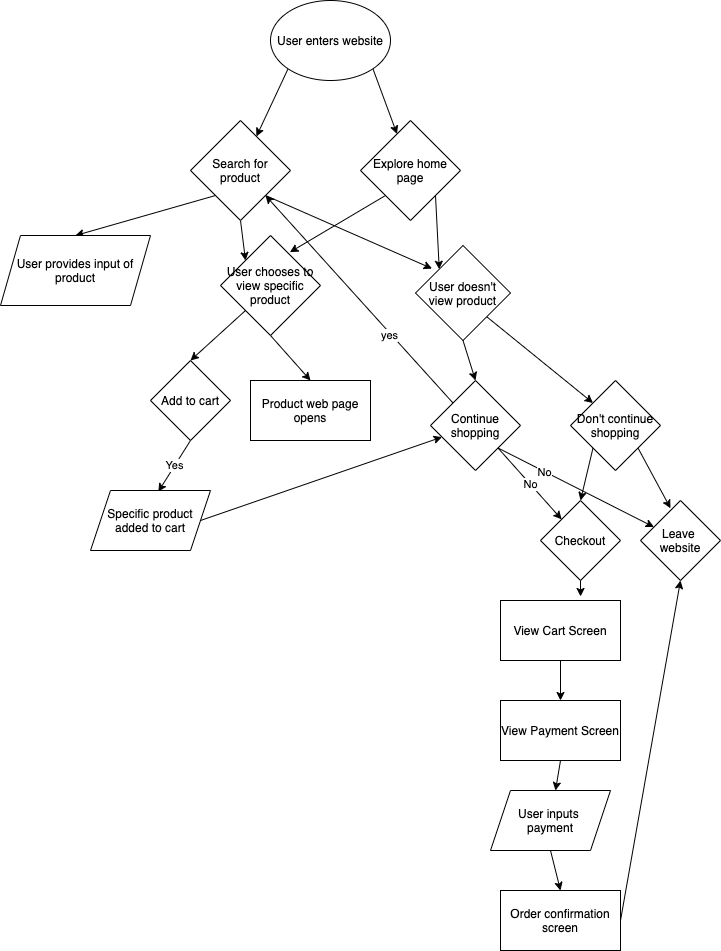
ryan-truong/fa22-cse110-lab4 keeps this draw.io diagram as explore/diagramming/diagram.drawio.png. Above is the earlier version. Source tidied: cells renumbered, new cells last; positions are measured from the earlier drawing's top-left corner, leaving out a move shared by most shapes. The source it was exported from:
```xml
<mxGraphModel>
  <root>
    <mxCell id="0" />
    <mxCell id="1" parent="0" />
    <mxCell id="2" style="edgeStyle=none;html=1;exitX=0;exitY=1;exitDx=0;exitDy=0;" parent="1" edge="1" source="4" target="8">
      <mxGeometry relative="1" as="geometry" />
    </mxCell>
    <mxCell id="3" style="edgeStyle=none;html=1;exitX=1;exitY=1;exitDx=0;exitDy=0;" parent="1" edge="1" source="4" target="11">
      <mxGeometry relative="1" as="geometry" />
    </mxCell>
    <mxCell id="4" value="User enters website" style="ellipse;whiteSpace=wrap;html=1;" parent="1" vertex="1">
      <mxGeometry x="270" width="120" height="80" as="geometry" />
    </mxCell>
    <mxCell id="5" style="edgeStyle=none;html=1;exitX=0.5;exitY=1;exitDx=0;exitDy=0;entryX=0;entryY=0;entryDx=0;entryDy=0;" parent="1" edge="1" source="8" target="20">
      <mxGeometry relative="1" as="geometry" />
    </mxCell>
    <mxCell id="6" style="edgeStyle=none;html=1;exitX=0;exitY=1;exitDx=0;exitDy=0;entryX=0.5;entryY=0;entryDx=0;entryDy=0;" parent="1" edge="1" source="8" target="19">
      <mxGeometry relative="1" as="geometry" />
    </mxCell>
    <mxCell id="7" style="edgeStyle=none;html=1;exitX=1;exitY=1;exitDx=0;exitDy=0;entryX=0.174;entryY=0.243;entryDx=0;entryDy=0;entryPerimeter=0;" parent="1" edge="1" source="8" target="23">
      <mxGeometry relative="1" as="geometry" />
    </mxCell>
    <mxCell id="8" value="Search for product" style="rhombus;whiteSpace=wrap;html=1;" parent="1" vertex="1">
      <mxGeometry x="190" y="120" width="100" height="100" as="geometry" />
    </mxCell>
    <mxCell id="9" style="edgeStyle=none;html=1;exitX=0;exitY=1;exitDx=0;exitDy=0;entryX=0.694;entryY=0.167;entryDx=0;entryDy=0;entryPerimeter=0;" parent="1" edge="1" source="11" target="20">
      <mxGeometry relative="1" as="geometry" />
    </mxCell>
    <mxCell id="10" style="edgeStyle=none;html=1;exitX=1;exitY=1;exitDx=0;exitDy=0;entryX=0;entryY=0;entryDx=0;entryDy=0;" parent="1" edge="1" source="11" target="23">
      <mxGeometry relative="1" as="geometry" />
    </mxCell>
    <mxCell id="11" value="Explore home page" style="rhombus;whiteSpace=wrap;html=1;" parent="1" vertex="1">
      <mxGeometry x="360" y="120" width="100" height="100" as="geometry" />
    </mxCell>
    <mxCell id="12" style="edgeStyle=none;html=1;entryX=0.5;entryY=0;entryDx=0;entryDy=0;exitX=0;exitY=1;exitDx=0;exitDy=0;" parent="1" edge="1" source="20" target="15">
      <mxGeometry relative="1" as="geometry" />
    </mxCell>
    <mxCell id="13" style="edgeStyle=none;html=1;exitX=0.5;exitY=1;exitDx=0;exitDy=0;startArrow=none;entryX=0.5;entryY=0;entryDx=0;entryDy=0;" parent="1" edge="1" source="20" target="18">
      <mxGeometry relative="1" as="geometry" />
    </mxCell>
    <mxCell id="14" value="Yes" style="edgeStyle=none;html=1;exitX=0.5;exitY=1;exitDx=0;exitDy=0;entryX=0.565;entryY=0.019;entryDx=0;entryDy=0;entryPerimeter=0;" parent="1" edge="1" source="15" target="17">
      <mxGeometry relative="1" as="geometry" />
    </mxCell>
    <mxCell id="15" value="Add to cart" style="rhombus;whiteSpace=wrap;html=1;" parent="1" vertex="1">
      <mxGeometry x="150" y="360" width="80" height="80" as="geometry" />
    </mxCell>
    <mxCell id="16" style="edgeStyle=none;html=1;exitX=1;exitY=0.5;exitDx=0;exitDy=0;" parent="1" edge="1" source="17" target="29">
      <mxGeometry relative="1" as="geometry" />
    </mxCell>
    <mxCell id="17" value="Specific product added to cart" style="shape=parallelogram;perimeter=parallelogramPerimeter;whiteSpace=wrap;html=1;fixedSize=1;" parent="1" vertex="1">
      <mxGeometry x="90" y="490" width="120" height="60" as="geometry" />
    </mxCell>
    <mxCell id="18" value="Product web page opens" style="rounded=0;whiteSpace=wrap;html=1;" parent="1" vertex="1">
      <mxGeometry x="250" y="380" width="120" height="60" as="geometry" />
    </mxCell>
    <mxCell id="19" value="User provides input of product" style="shape=parallelogram;perimeter=parallelogramPerimeter;whiteSpace=wrap;html=1;fixedSize=1;" parent="1" vertex="1">
      <mxGeometry y="235" width="150" height="70" as="geometry" />
    </mxCell>
    <mxCell id="20" value="User chooses to view specific product" style="rhombus;whiteSpace=wrap;html=1;" parent="1" vertex="1">
      <mxGeometry x="220" y="235" width="100" height="100" as="geometry" />
    </mxCell>
    <mxCell id="21" style="edgeStyle=none;html=1;exitX=0.5;exitY=1;exitDx=0;exitDy=0;entryX=0.5;entryY=0;entryDx=0;entryDy=0;" parent="1" edge="1" source="23" target="29">
      <mxGeometry relative="1" as="geometry" />
    </mxCell>
    <mxCell id="22" style="edgeStyle=none;html=1;exitX=1;exitY=1;exitDx=0;exitDy=0;entryX=0;entryY=0;entryDx=0;entryDy=0;" parent="1" edge="1" source="23" target="32">
      <mxGeometry relative="1" as="geometry" />
    </mxCell>
    <mxCell id="23" value="User doesn't view product" style="rhombus;whiteSpace=wrap;html=1;" parent="1" vertex="1">
      <mxGeometry x="415" y="245" width="95" height="95" as="geometry" />
    </mxCell>
    <mxCell id="24" style="edgeStyle=none;html=1;exitX=1;exitY=1;exitDx=0;exitDy=0;" parent="1" edge="1" source="29" target="35">
      <mxGeometry relative="1" as="geometry" />
    </mxCell>
    <mxCell id="25" value="No" style="edgeLabel;html=1;align=center;verticalAlign=middle;" parent="24" vertex="1">
      <mxGeometry x="-0.4" relative="1" as="geometry" />
    </mxCell>
    <mxCell id="26" value="No" style="edgeStyle=none;html=1;exitX=1;exitY=1;exitDx=0;exitDy=0;" parent="1" edge="1" source="29" target="34">
      <mxGeometry relative="1" as="geometry" />
    </mxCell>
    <mxCell id="27" style="edgeStyle=none;html=1;exitX=0;exitY=0;exitDx=0;exitDy=0;entryX=1;entryY=1;entryDx=0;entryDy=0;" parent="1" edge="1" source="29" target="8">
      <mxGeometry relative="1" as="geometry" />
    </mxCell>
    <mxCell id="28" value="yes" style="edgeLabel;html=1;align=center;verticalAlign=middle;" parent="27" vertex="1">
      <mxGeometry x="-0.34" y="2" relative="1" as="geometry" />
    </mxCell>
    <mxCell id="29" value="Continue&lt;br&gt;shopping" style="rhombus;whiteSpace=wrap;html=1;" parent="1" vertex="1">
      <mxGeometry x="430" y="380" width="90" height="90" as="geometry" />
    </mxCell>
    <mxCell id="30" style="edgeStyle=none;html=1;exitX=0;exitY=1;exitDx=0;exitDy=0;entryX=0.5;entryY=0;entryDx=0;entryDy=0;" parent="1" edge="1" source="32" target="34">
      <mxGeometry relative="1" as="geometry" />
    </mxCell>
    <mxCell id="31" style="edgeStyle=none;html=1;exitX=1;exitY=1;exitDx=0;exitDy=0;entryX=0.375;entryY=0.097;entryDx=0;entryDy=0;entryPerimeter=0;" parent="1" edge="1" source="32" target="35">
      <mxGeometry relative="1" as="geometry" />
    </mxCell>
    <mxCell id="32" value="Don't continue shopping" style="rhombus;whiteSpace=wrap;html=1;" parent="1" vertex="1">
      <mxGeometry x="570" y="380" width="90" height="90" as="geometry" />
    </mxCell>
    <mxCell id="33" style="edgeStyle=none;html=1;exitX=0.5;exitY=1;exitDx=0;exitDy=0;entryX=0.667;entryY=-0.067;entryDx=0;entryDy=0;entryPerimeter=0;" parent="1" edge="1" source="34" target="37">
      <mxGeometry relative="1" as="geometry" />
    </mxCell>
    <mxCell id="34" value="Checkout" style="rhombus;whiteSpace=wrap;html=1;" parent="1" vertex="1">
      <mxGeometry x="540" y="500" width="80" height="80" as="geometry" />
    </mxCell>
    <mxCell id="35" value="Leave&amp;nbsp;&lt;br&gt;website" style="rhombus;whiteSpace=wrap;html=1;" parent="1" vertex="1">
      <mxGeometry x="640" y="500" width="80" height="80" as="geometry" />
    </mxCell>
    <mxCell id="36" style="edgeStyle=none;html=1;exitX=0.5;exitY=1;exitDx=0;exitDy=0;entryX=0.5;entryY=0;entryDx=0;entryDy=0;" parent="1" edge="1" source="37" target="39">
      <mxGeometry relative="1" as="geometry" />
    </mxCell>
    <mxCell id="37" value="View Cart Screen" style="rounded=0;whiteSpace=wrap;html=1;" parent="1" vertex="1">
      <mxGeometry x="500" y="600" width="120" height="60" as="geometry" />
    </mxCell>
    <mxCell id="38" style="edgeStyle=none;html=1;exitX=0.5;exitY=1;exitDx=0;exitDy=0;" parent="1" edge="1" source="39" target="41">
      <mxGeometry relative="1" as="geometry" />
    </mxCell>
    <mxCell id="39" value="View Payment Screen" style="rounded=0;whiteSpace=wrap;html=1;" parent="1" vertex="1">
      <mxGeometry x="500" y="700" width="120" height="60" as="geometry" />
    </mxCell>
    <mxCell id="40" style="edgeStyle=none;html=1;exitX=0.5;exitY=1;exitDx=0;exitDy=0;entryX=0.5;entryY=0;entryDx=0;entryDy=0;" parent="1" edge="1" source="41" target="43">
      <mxGeometry relative="1" as="geometry" />
    </mxCell>
    <mxCell id="41" value="User inputs &lt;br&gt;payment" style="shape=parallelogram;perimeter=parallelogramPerimeter;whiteSpace=wrap;html=1;fixedSize=1;" parent="1" vertex="1">
      <mxGeometry x="490" y="790" width="120" height="60" as="geometry" />
    </mxCell>
    <mxCell id="42" style="edgeStyle=none;html=1;exitX=1;exitY=0.5;exitDx=0;exitDy=0;entryX=0.5;entryY=1;entryDx=0;entryDy=0;" parent="1" edge="1" source="43" target="35">
      <mxGeometry relative="1" as="geometry" />
    </mxCell>
    <mxCell id="43" value="Order confirmation&lt;br&gt;screen" style="rounded=0;whiteSpace=wrap;html=1;" parent="1" vertex="1">
      <mxGeometry x="500" y="890" width="120" height="60" as="geometry" />
    </mxCell>
  </root>
</mxGraphModel>
```
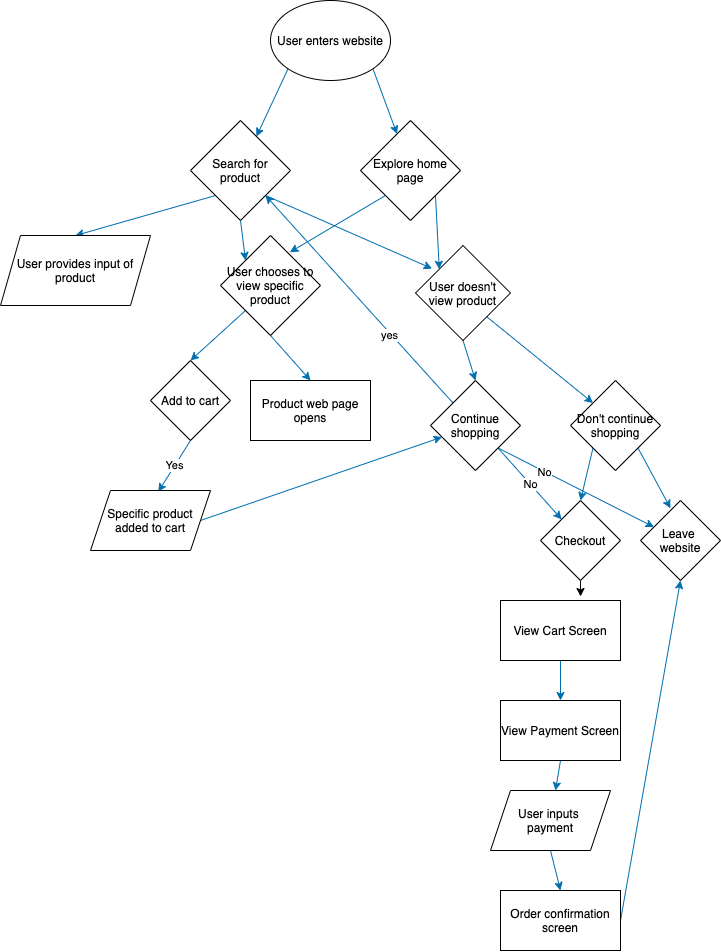
The same file after the commit.

Commit message:
Fixed arrow color

The edit, as a diff of the source:
```diff
@@ -2,49 +2,49 @@
   <root>
     <mxCell id="0" />
     <mxCell id="1" parent="0" />
-    <mxCell id="2" style="edgeStyle=none;html=1;exitX=0;exitY=1;exitDx=0;exitDy=0;" parent="1" edge="1" source="4" target="8">
+    <mxCell id="2" style="edgeStyle=none;html=1;exitX=0;exitY=1;exitDx=0;exitDy=0;fillColor=#1ba1e2;strokeColor=#006EAF;" parent="1" edge="1" source="4" target="8">
       <mxGeometry relative="1" as="geometry" />
     </mxCell>
-    <mxCell id="3" style="edgeStyle=none;html=1;exitX=1;exitY=1;exitDx=0;exitDy=0;" parent="1" edge="1" source="4" target="11">
+    <mxCell id="3" style="edgeStyle=none;html=1;exitX=1;exitY=1;exitDx=0;exitDy=0;fillColor=#1ba1e2;strokeColor=#006EAF;" parent="1" edge="1" source="4" target="11">
       <mxGeometry relative="1" as="geometry" />
     </mxCell>
     <mxCell id="4" value="User enters website" style="ellipse;whiteSpace=wrap;html=1;" parent="1" vertex="1">
       <mxGeometry x="270" width="120" height="80" as="geometry" />
     </mxCell>
-    <mxCell id="5" style="edgeStyle=none;html=1;exitX=0.5;exitY=1;exitDx=0;exitDy=0;entryX=0;entryY=0;entryDx=0;entryDy=0;" parent="1" edge="1" source="8" target="20">
+    <mxCell id="5" style="edgeStyle=none;html=1;exitX=0.5;exitY=1;exitDx=0;exitDy=0;entryX=0;entryY=0;entryDx=0;entryDy=0;fillColor=#1ba1e2;strokeColor=#006EAF;" parent="1" edge="1" source="8" target="20">
       <mxGeometry relative="1" as="geometry" />
     </mxCell>
-    <mxCell id="6" style="edgeStyle=none;html=1;exitX=0;exitY=1;exitDx=0;exitDy=0;entryX=0.5;entryY=0;entryDx=0;entryDy=0;" parent="1" edge="1" source="8" target="19">
+    <mxCell id="6" style="edgeStyle=none;html=1;exitX=0;exitY=1;exitDx=0;exitDy=0;entryX=0.5;entryY=0;entryDx=0;entryDy=0;fillColor=#1ba1e2;strokeColor=#006EAF;" parent="1" edge="1" source="8" target="19">
       <mxGeometry relative="1" as="geometry" />
     </mxCell>
-    <mxCell id="7" style="edgeStyle=none;html=1;exitX=1;exitY=1;exitDx=0;exitDy=0;entryX=0.174;entryY=0.243;entryDx=0;entryDy=0;entryPerimeter=0;" parent="1" edge="1" source="8" target="23">
+    <mxCell id="7" style="edgeStyle=none;html=1;exitX=1;exitY=1;exitDx=0;exitDy=0;entryX=0.174;entryY=0.243;entryDx=0;entryDy=0;entryPerimeter=0;fillColor=#1ba1e2;strokeColor=#006EAF;" parent="1" edge="1" source="8" target="23">
       <mxGeometry relative="1" as="geometry" />
     </mxCell>
     <mxCell id="8" value="Search for product" style="rhombus;whiteSpace=wrap;html=1;" parent="1" vertex="1">
       <mxGeometry x="190" y="120" width="100" height="100" as="geometry" />
     </mxCell>
-    <mxCell id="9" style="edgeStyle=none;html=1;exitX=0;exitY=1;exitDx=0;exitDy=0;entryX=0.694;entryY=0.167;entryDx=0;entryDy=0;entryPerimeter=0;" parent="1" edge="1" source="11" target="20">
+    <mxCell id="9" style="edgeStyle=none;html=1;exitX=0;exitY=1;exitDx=0;exitDy=0;entryX=0.694;entryY=0.167;entryDx=0;entryDy=0;entryPerimeter=0;fillColor=#1ba1e2;strokeColor=#006EAF;" parent="1" edge="1" source="11" target="20">
       <mxGeometry relative="1" as="geometry" />
     </mxCell>
-    <mxCell id="10" style="edgeStyle=none;html=1;exitX=1;exitY=1;exitDx=0;exitDy=0;entryX=0;entryY=0;entryDx=0;entryDy=0;" parent="1" edge="1" source="11" target="23">
+    <mxCell id="10" style="edgeStyle=none;html=1;exitX=1;exitY=1;exitDx=0;exitDy=0;entryX=0;entryY=0;entryDx=0;entryDy=0;fillColor=#1ba1e2;strokeColor=#006EAF;" parent="1" edge="1" source="11" target="23">
       <mxGeometry relative="1" as="geometry" />
     </mxCell>
     <mxCell id="11" value="Explore home page" style="rhombus;whiteSpace=wrap;html=1;" parent="1" vertex="1">
       <mxGeometry x="360" y="120" width="100" height="100" as="geometry" />
     </mxCell>
-    <mxCell id="12" style="edgeStyle=none;html=1;entryX=0.5;entryY=0;entryDx=0;entryDy=0;exitX=0;exitY=1;exitDx=0;exitDy=0;" parent="1" edge="1" source="20" target="15">
+    <mxCell id="12" style="edgeStyle=none;html=1;entryX=0.5;entryY=0;entryDx=0;entryDy=0;exitX=0;exitY=1;exitDx=0;exitDy=0;fillColor=#1ba1e2;strokeColor=#006EAF;" parent="1" edge="1" source="20" target="15">
       <mxGeometry relative="1" as="geometry" />
     </mxCell>
-    <mxCell id="13" style="edgeStyle=none;html=1;exitX=0.5;exitY=1;exitDx=0;exitDy=0;startArrow=none;entryX=0.5;entryY=0;entryDx=0;entryDy=0;" parent="1" edge="1" source="20" target="18">
+    <mxCell id="13" style="edgeStyle=none;html=1;exitX=0.5;exitY=1;exitDx=0;exitDy=0;startArrow=none;entryX=0.5;entryY=0;entryDx=0;entryDy=0;fillColor=#1ba1e2;strokeColor=#006EAF;" parent="1" edge="1" source="20" target="18">
       <mxGeometry relative="1" as="geometry" />
     </mxCell>
-    <mxCell id="14" value="Yes" style="edgeStyle=none;html=1;exitX=0.5;exitY=1;exitDx=0;exitDy=0;entryX=0.565;entryY=0.019;entryDx=0;entryDy=0;entryPerimeter=0;" parent="1" edge="1" source="15" target="17">
+    <mxCell id="14" value="Yes" style="edgeStyle=none;html=1;exitX=0.5;exitY=1;exitDx=0;exitDy=0;entryX=0.565;entryY=0.019;entryDx=0;entryDy=0;entryPerimeter=0;fillColor=#1ba1e2;strokeColor=#006EAF;" parent="1" edge="1" source="15" target="17">
       <mxGeometry relative="1" as="geometry" />
     </mxCell>
     <mxCell id="15" value="Add to cart" style="rhombus;whiteSpace=wrap;html=1;" parent="1" vertex="1">
       <mxGeometry x="150" y="360" width="80" height="80" as="geometry" />
     </mxCell>
-    <mxCell id="16" style="edgeStyle=none;html=1;exitX=1;exitY=0.5;exitDx=0;exitDy=0;" parent="1" edge="1" source="17" target="29">
+    <mxCell id="16" style="edgeStyle=none;html=1;exitX=1;exitY=0.5;exitDx=0;exitDy=0;fillColor=#1ba1e2;strokeColor=#006EAF;" parent="1" edge="1" source="17" target="29">
       <mxGeometry relative="1" as="geometry" />
     </mxCell>
     <mxCell id="17" value="Specific product added to cart" style="shape=parallelogram;perimeter=parallelogramPerimeter;whiteSpace=wrap;html=1;fixedSize=1;" parent="1" vertex="1">
@@ -59,25 +59,25 @@
     <mxCell id="20" value="User chooses to view specific product" style="rhombus;whiteSpace=wrap;html=1;" parent="1" vertex="1">
       <mxGeometry x="220" y="235" width="100" height="100" as="geometry" />
     </mxCell>
-    <mxCell id="21" style="edgeStyle=none;html=1;exitX=0.5;exitY=1;exitDx=0;exitDy=0;entryX=0.5;entryY=0;entryDx=0;entryDy=0;" parent="1" edge="1" source="23" target="29">
+    <mxCell id="21" style="edgeStyle=none;html=1;exitX=0.5;exitY=1;exitDx=0;exitDy=0;entryX=0.5;entryY=0;entryDx=0;entryDy=0;fillColor=#1ba1e2;strokeColor=#006EAF;" parent="1" edge="1" source="23" target="29">
       <mxGeometry relative="1" as="geometry" />
     </mxCell>
-    <mxCell id="22" style="edgeStyle=none;html=1;exitX=1;exitY=1;exitDx=0;exitDy=0;entryX=0;entryY=0;entryDx=0;entryDy=0;" parent="1" edge="1" source="23" target="32">
+    <mxCell id="22" style="edgeStyle=none;html=1;exitX=1;exitY=1;exitDx=0;exitDy=0;entryX=0;entryY=0;entryDx=0;entryDy=0;fillColor=#1ba1e2;strokeColor=#006EAF;" parent="1" edge="1" source="23" target="32">
       <mxGeometry relative="1" as="geometry" />
     </mxCell>
     <mxCell id="23" value="User doesn't view product" style="rhombus;whiteSpace=wrap;html=1;" parent="1" vertex="1">
       <mxGeometry x="415" y="245" width="95" height="95" as="geometry" />
     </mxCell>
-    <mxCell id="24" style="edgeStyle=none;html=1;exitX=1;exitY=1;exitDx=0;exitDy=0;" parent="1" edge="1" source="29" target="35">
+    <mxCell id="24" style="edgeStyle=none;html=1;exitX=1;exitY=1;exitDx=0;exitDy=0;fillColor=#1ba1e2;strokeColor=#006EAF;" parent="1" edge="1" source="29" target="35">
       <mxGeometry relative="1" as="geometry" />
     </mxCell>
     <mxCell id="25" value="No" style="edgeLabel;html=1;align=center;verticalAlign=middle;" parent="24" vertex="1">
       <mxGeometry x="-0.4" relative="1" as="geometry" />
     </mxCell>
-    <mxCell id="26" value="No" style="edgeStyle=none;html=1;exitX=1;exitY=1;exitDx=0;exitDy=0;" parent="1" edge="1" source="29" target="34">
+    <mxCell id="26" value="No" style="edgeStyle=none;html=1;exitX=1;exitY=1;exitDx=0;exitDy=0;fillColor=#1ba1e2;strokeColor=#006EAF;" parent="1" edge="1" source="29" target="34">
       <mxGeometry relative="1" as="geometry" />
     </mxCell>
-    <mxCell id="27" style="edgeStyle=none;html=1;exitX=0;exitY=0;exitDx=0;exitDy=0;entryX=1;entryY=1;entryDx=0;entryDy=0;" parent="1" edge="1" source="29" target="8">
+    <mxCell id="27" style="edgeStyle=none;html=1;exitX=0;exitY=0;exitDx=0;exitDy=0;entryX=1;entryY=1;entryDx=0;entryDy=0;fillColor=#1ba1e2;strokeColor=#006EAF;" parent="1" edge="1" source="29" target="8">
       <mxGeometry relative="1" as="geometry" />
     </mxCell>
     <mxCell id="28" value="yes" style="edgeLabel;html=1;align=center;verticalAlign=middle;" parent="27" vertex="1">
@@ -86,10 +86,10 @@
     <mxCell id="29" value="Continue&lt;br&gt;shopping" style="rhombus;whiteSpace=wrap;html=1;" parent="1" vertex="1">
       <mxGeometry x="430" y="380" width="90" height="90" as="geometry" />
     </mxCell>
-    <mxCell id="30" style="edgeStyle=none;html=1;exitX=0;exitY=1;exitDx=0;exitDy=0;entryX=0.5;entryY=0;entryDx=0;entryDy=0;" parent="1" edge="1" source="32" target="34">
+    <mxCell id="30" style="edgeStyle=none;html=1;exitX=0;exitY=1;exitDx=0;exitDy=0;entryX=0.5;entryY=0;entryDx=0;entryDy=0;fillColor=#1ba1e2;strokeColor=#006EAF;" parent="1" edge="1" source="32" target="34">
       <mxGeometry relative="1" as="geometry" />
     </mxCell>
-    <mxCell id="31" style="edgeStyle=none;html=1;exitX=1;exitY=1;exitDx=0;exitDy=0;entryX=0.375;entryY=0.097;entryDx=0;entryDy=0;entryPerimeter=0;" parent="1" edge="1" source="32" target="35">
+    <mxCell id="31" style="edgeStyle=none;html=1;exitX=1;exitY=1;exitDx=0;exitDy=0;entryX=0.375;entryY=0.097;entryDx=0;entryDy=0;entryPerimeter=0;fillColor=#1ba1e2;strokeColor=#006EAF;" parent="1" edge="1" source="32" target="35">
       <mxGeometry relative="1" as="geometry" />
     </mxCell>
     <mxCell id="32" value="Don't continue shopping" style="rhombus;whiteSpace=wrap;html=1;" parent="1" vertex="1">
@@ -104,25 +104,25 @@
     <mxCell id="35" value="Leave&amp;nbsp;&lt;br&gt;website" style="rhombus;whiteSpace=wrap;html=1;" parent="1" vertex="1">
       <mxGeometry x="640" y="500" width="80" height="80" as="geometry" />
     </mxCell>
-    <mxCell id="36" style="edgeStyle=none;html=1;exitX=0.5;exitY=1;exitDx=0;exitDy=0;entryX=0.5;entryY=0;entryDx=0;entryDy=0;" parent="1" edge="1" source="37" target="39">
+    <mxCell id="36" style="edgeStyle=none;html=1;exitX=0.5;exitY=1;exitDx=0;exitDy=0;entryX=0.5;entryY=0;entryDx=0;entryDy=0;fillColor=#1ba1e2;strokeColor=#006EAF;" parent="1" edge="1" source="37" target="39">
       <mxGeometry relative="1" as="geometry" />
     </mxCell>
     <mxCell id="37" value="View Cart Screen" style="rounded=0;whiteSpace=wrap;html=1;" parent="1" vertex="1">
       <mxGeometry x="500" y="600" width="120" height="60" as="geometry" />
     </mxCell>
-    <mxCell id="38" style="edgeStyle=none;html=1;exitX=0.5;exitY=1;exitDx=0;exitDy=0;" parent="1" edge="1" source="39" target="41">
+    <mxCell id="38" style="edgeStyle=none;html=1;exitX=0.5;exitY=1;exitDx=0;exitDy=0;fillColor=#1ba1e2;strokeColor=#006EAF;" parent="1" edge="1" source="39" target="41">
       <mxGeometry relative="1" as="geometry" />
     </mxCell>
     <mxCell id="39" value="View Payment Screen" style="rounded=0;whiteSpace=wrap;html=1;" parent="1" vertex="1">
       <mxGeometry x="500" y="700" width="120" height="60" as="geometry" />
     </mxCell>
-    <mxCell id="40" style="edgeStyle=none;html=1;exitX=0.5;exitY=1;exitDx=0;exitDy=0;entryX=0.5;entryY=0;entryDx=0;entryDy=0;" parent="1" edge="1" source="41" target="43">
+    <mxCell id="40" style="edgeStyle=none;html=1;exitX=0.5;exitY=1;exitDx=0;exitDy=0;entryX=0.5;entryY=0;entryDx=0;entryDy=0;fillColor=#1ba1e2;strokeColor=#006EAF;" parent="1" edge="1" source="41" target="43">
       <mxGeometry relative="1" as="geometry" />
     </mxCell>
     <mxCell id="41" value="User inputs &lt;br&gt;payment" style="shape=parallelogram;perimeter=parallelogramPerimeter;whiteSpace=wrap;html=1;fixedSize=1;" parent="1" vertex="1">
       <mxGeometry x="490" y="790" width="120" height="60" as="geometry" />
     </mxCell>
-    <mxCell id="42" style="edgeStyle=none;html=1;exitX=1;exitY=0.5;exitDx=0;exitDy=0;entryX=0.5;entryY=1;entryDx=0;entryDy=0;" parent="1" edge="1" source="43" target="35">
+    <mxCell id="42" style="edgeStyle=none;html=1;exitX=1;exitY=0.5;exitDx=0;exitDy=0;entryX=0.5;entryY=1;entryDx=0;entryDy=0;fillColor=#1ba1e2;strokeColor=#006EAF;" parent="1" edge="1" source="43" target="35">
       <mxGeometry relative="1" as="geometry" />
     </mxCell>
     <mxCell id="43" value="Order confirmation&lt;br&gt;screen" style="rounded=0;whiteSpace=wrap;html=1;" parent="1" vertex="1">
```
